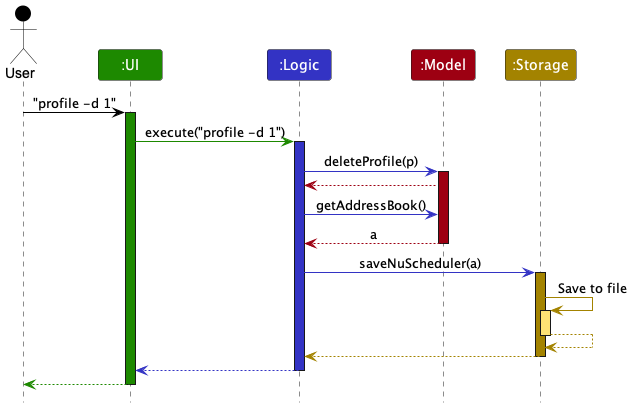
The PlantUML diagram docs/images/ArchitectureSequenceDiagram.png in nus-cs2103-AY2223S1/tp, before a commit.
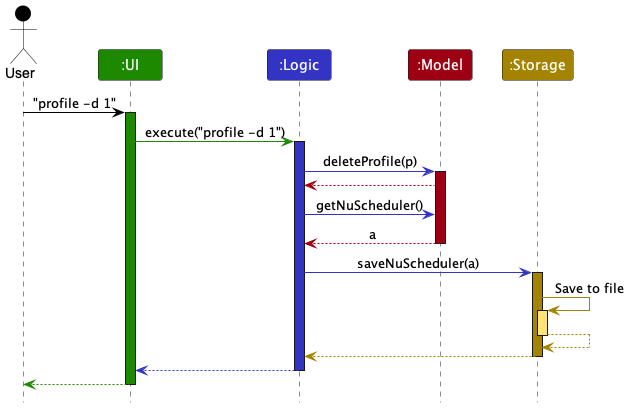
Above is the later version.

Commit message:
Fix typo in ArchitectureSequenceDiagram

Diff of the diagram source:
```diff
@@ -18,7 +18,7 @@
 
 model -[MODEL_COLOR]-> logic
 
-logic -[LOGIC_COLOR]> model : getAddressBook()
+logic -[LOGIC_COLOR]> model : getNuScheduler()
 model -[MODEL_COLOR]-> logic : a
 deactivate model
 
```
